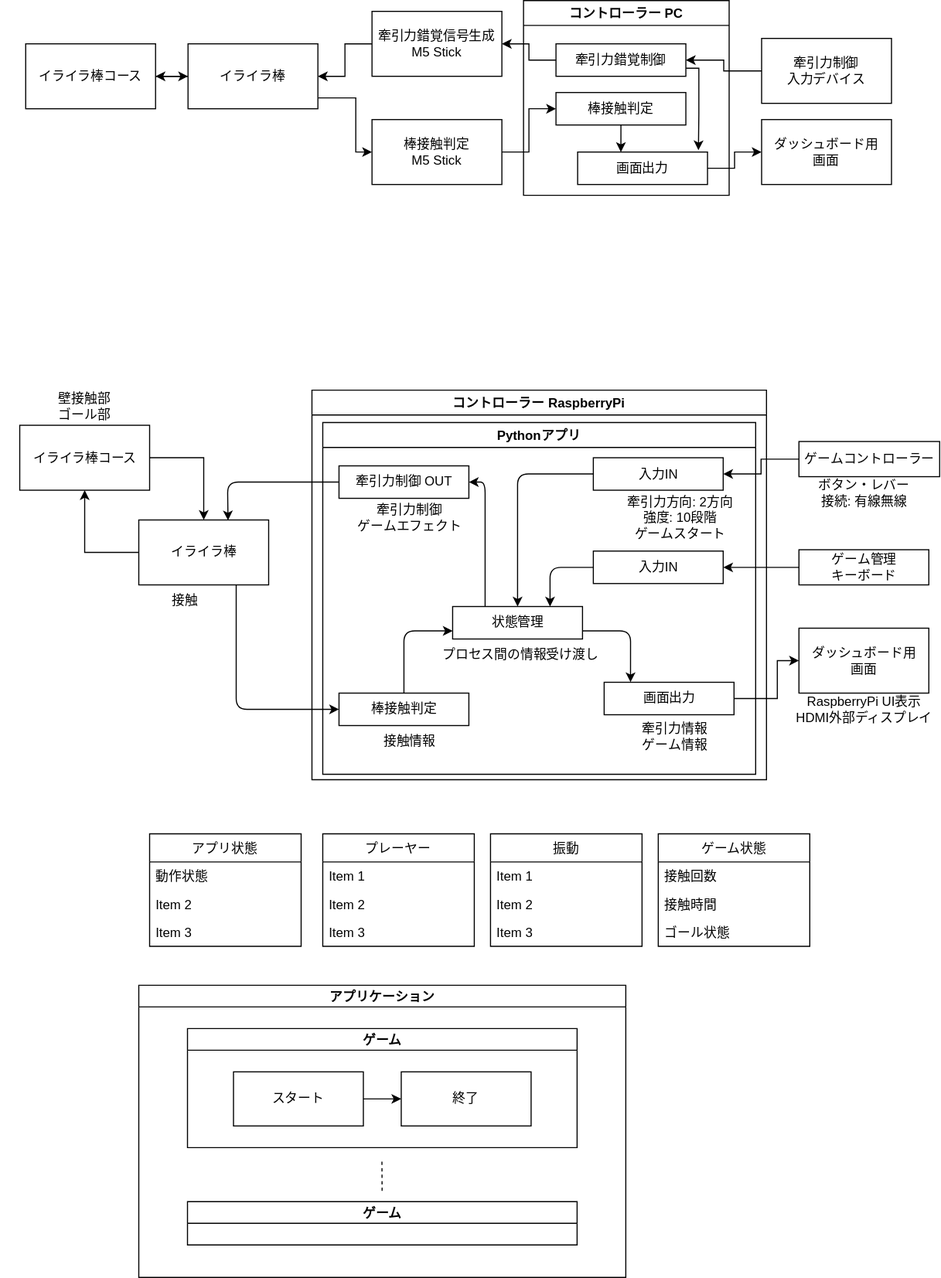
Before: iraira/システム構成図.drawio.svg, a diagram exported from draw.io (project-isehara/iraira-game). Source tidied: cells renumbered, new cells last; positions are measured from the earlier drawing's top-left corner, leaving out a move shared by most shapes.
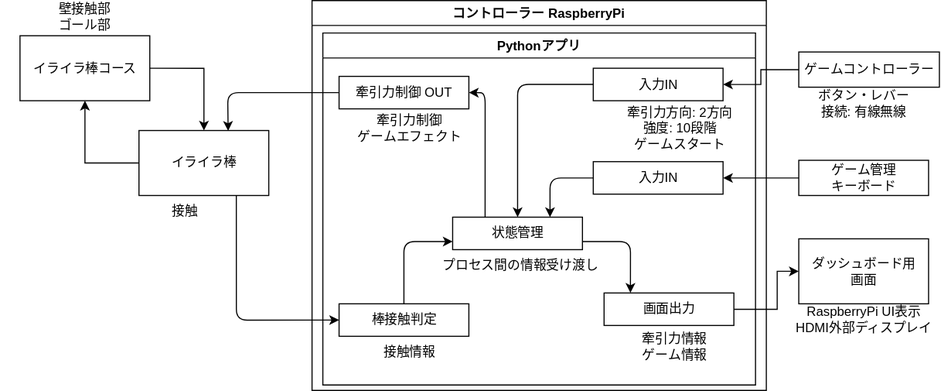
After the commit.

Commit message:
構成図最新版に整理

Diff of the diagram source:
```diff
@@ -88,76 +88,6 @@
         </Array>
       </mxGeometry>
     </mxCell>
-    <mxCell id="29" style="edgeStyle=orthogonalEdgeStyle;rounded=0;jettySize=auto;html=1;" parent="1" edge="1" source="30" target="37">
-      <mxGeometry relative="1" as="geometry" />
-    </mxCell>
-    <mxCell id="30" value="牽引力錯覚信号生成&lt;div&gt;&lt;span&gt;M5 Stick&lt;/span&gt;&lt;br&gt;&lt;/div&gt;" style="rounded=0;whiteSpace=wrap;html=1;" parent="1" vertex="1">
-      <mxGeometry x="343" y="10" width="120" height="60" as="geometry" />
-    </mxCell>
-    <mxCell id="31" style="edgeStyle=orthogonalEdgeStyle;rounded=0;jettySize=auto;html=1;entryX=0;entryY=0.5;entryDx=0;entryDy=0;" parent="1" edge="1" source="32" target="42">
-      <mxGeometry relative="1" as="geometry" />
-    </mxCell>
-    <mxCell id="32" value="&lt;div&gt;棒接触判定&lt;/div&gt;&lt;div&gt;&lt;span&gt;M5 Stick&lt;/span&gt;&lt;br&gt;&lt;/div&gt;" style="rounded=0;whiteSpace=wrap;html=1;" parent="1" vertex="1">
-      <mxGeometry x="343" y="110" width="120" height="60" as="geometry" />
-    </mxCell>
-    <mxCell id="33" style="edgeStyle=orthogonalEdgeStyle;rounded=0;jettySize=auto;html=1;exitX=1;exitY=0.5;exitDx=0;exitDy=0;" parent="1" edge="1" source="34" target="37">
-      <mxGeometry relative="1" as="geometry" />
-    </mxCell>
-    <mxCell id="34" value="イライラ棒コース" style="rounded=0;whiteSpace=wrap;html=1;" parent="1" vertex="1">
-      <mxGeometry x="23" y="40" width="120" height="60" as="geometry" />
-    </mxCell>
-    <mxCell id="35" style="edgeStyle=orthogonalEdgeStyle;rounded=0;jettySize=auto;html=1;" parent="1" edge="1" source="37" target="34">
-      <mxGeometry relative="1" as="geometry" />
-    </mxCell>
-    <mxCell id="36" style="edgeStyle=orthogonalEdgeStyle;rounded=0;jettySize=auto;html=1;entryX=0;entryY=0.5;entryDx=0;entryDy=0;" parent="1" edge="1" source="37" target="32">
-      <mxGeometry relative="1" as="geometry">
-        <Array as="points">
-          <mxPoint x="328" y="90" />
-          <mxPoint x="328" y="140" />
-        </Array>
-      </mxGeometry>
-    </mxCell>
-    <mxCell id="37" value="イライラ棒" style="rounded=0;whiteSpace=wrap;html=1;" parent="1" vertex="1">
-      <mxGeometry x="173" y="40" width="120" height="60" as="geometry" />
-    </mxCell>
-    <mxCell id="38" value="コントローラー PC" style="swimlane;" parent="1" vertex="1">
-      <mxGeometry x="483" width="190" height="180" as="geometry" />
-    </mxCell>
-    <mxCell id="39" style="edgeStyle=orthogonalEdgeStyle;rounded=0;jettySize=auto;html=1;exitX=1;exitY=0.75;exitDx=0;exitDy=0;entryX=0.93;entryY=-0.057;entryDx=0;entryDy=0;entryPerimeter=0;" parent="38" edge="1" source="40" target="43">
-      <mxGeometry relative="1" as="geometry">
-        <Array as="points">
-          <mxPoint x="162" y="63" />
-          <mxPoint x="162" y="105" />
-        </Array>
-      </mxGeometry>
-    </mxCell>
-    <mxCell id="40" value="&lt;div&gt;牽引力錯覚制御&lt;/div&gt;" style="rounded=0;whiteSpace=wrap;html=1;" parent="38" vertex="1">
-      <mxGeometry x="30" y="40" width="120" height="30" as="geometry" />
-    </mxCell>
-    <mxCell id="41" style="edgeStyle=orthogonalEdgeStyle;rounded=0;jettySize=auto;html=1;entryX=0.333;entryY=0;entryDx=0;entryDy=0;entryPerimeter=0;" parent="38" edge="1" source="42" target="43">
-      <mxGeometry relative="1" as="geometry" />
-    </mxCell>
-    <mxCell id="42" value="&lt;div&gt;棒接触判定&lt;/div&gt;" style="rounded=0;whiteSpace=wrap;html=1;" parent="38" vertex="1">
-      <mxGeometry x="30" y="85" width="120" height="30" as="geometry" />
-    </mxCell>
-    <mxCell id="43" value="&lt;div&gt;画面出力&lt;/div&gt;" style="rounded=0;whiteSpace=wrap;html=1;" parent="38" vertex="1">
-      <mxGeometry x="50" y="140" width="120" height="30" as="geometry" />
-    </mxCell>
-    <mxCell id="44" value="&lt;div&gt;ダッシュボード用&lt;/div&gt;&lt;div&gt;画面&lt;/div&gt;" style="rounded=0;whiteSpace=wrap;html=1;" parent="1" vertex="1">
-      <mxGeometry x="703" y="110" width="120" height="60" as="geometry" />
-    </mxCell>
-    <mxCell id="45" style="edgeStyle=orthogonalEdgeStyle;rounded=0;jettySize=auto;html=1;entryX=1;entryY=0.5;entryDx=0;entryDy=0;" parent="1" edge="1" source="46" target="40">
-      <mxGeometry relative="1" as="geometry" />
-    </mxCell>
-    <mxCell id="46" value="牽引力制御&lt;br&gt;入力デバイス" style="rounded=0;whiteSpace=wrap;html=1;" parent="1" vertex="1">
-      <mxGeometry x="703" y="35" width="120" height="60" as="geometry" />
-    </mxCell>
-    <mxCell id="47" style="edgeStyle=orthogonalEdgeStyle;rounded=0;jettySize=auto;html=1;" parent="1" edge="1" source="43" target="44">
-      <mxGeometry relative="1" as="geometry" />
-    </mxCell>
-    <mxCell id="48" style="edgeStyle=orthogonalEdgeStyle;rounded=0;jettySize=auto;html=1;entryX=1;entryY=0.5;entryDx=0;entryDy=0;" parent="1" edge="1" source="40" target="30">
-      <mxGeometry relative="1" as="geometry" />
-    </mxCell>
     <mxCell id="49" style="edgeStyle=none;html=1;entryX=0.687;entryY=0.006;entryDx=0;entryDy=0;entryPerimeter=0;" parent="1" edge="1" source="11" target="6">
       <mxGeometry relative="1" as="geometry">
         <Array as="points">
@@ -171,78 +101,6 @@
     <mxCell id="51" value="RaspberryPi UI表示&lt;br&gt;HDMI外部ディスプレイ" style="text;html=1;strokeColor=none;fillColor=none;align=center;verticalAlign=middle;whiteSpace=wrap;rounded=0;" parent="1" vertex="1">
       <mxGeometry x="732.5" y="640" width="130" height="30" as="geometry" />
     </mxCell>
-    <mxCell id="52" value="アプリ状態" style="swimlane;fontStyle=0;horizontal=1;startSize=26;fillColor=none;" parent="1" vertex="1">
-      <mxGeometry x="137.5" y="770" width="140" height="104" as="geometry" />
-    </mxCell>
-    <mxCell id="53" value="動作状態" style="text;strokeColor=none;fillColor=none;align=left;verticalAlign=top;spacingLeft=4;spacingRight=4;overflow=hidden;" parent="52" vertex="1">
-      <mxGeometry y="26" width="140" height="26" as="geometry" />
-    </mxCell>
-    <mxCell id="54" value="Item 2" style="text;strokeColor=none;fillColor=none;align=left;verticalAlign=top;spacingLeft=4;spacingRight=4;overflow=hidden;" parent="52" vertex="1">
-      <mxGeometry y="52" width="140" height="26" as="geometry" />
-    </mxCell>
-    <mxCell id="55" value="Item 3" style="text;strokeColor=none;fillColor=none;align=left;verticalAlign=top;spacingLeft=4;spacingRight=4;overflow=hidden;" parent="52" vertex="1">
-      <mxGeometry y="78" width="140" height="26" as="geometry" />
-    </mxCell>
-    <mxCell id="56" value="プレーヤー" style="swimlane;fontStyle=0;horizontal=1;startSize=26;fillColor=none;" parent="1" vertex="1">
-      <mxGeometry x="297.5" y="770" width="140" height="104" as="geometry" />
-    </mxCell>
-    <mxCell id="57" value="Item 1" style="text;strokeColor=none;fillColor=none;align=left;verticalAlign=top;spacingLeft=4;spacingRight=4;overflow=hidden;" parent="56" vertex="1">
-      <mxGeometry y="26" width="140" height="26" as="geometry" />
-    </mxCell>
-    <mxCell id="58" value="Item 2" style="text;strokeColor=none;fillColor=none;align=left;verticalAlign=top;spacingLeft=4;spacingRight=4;overflow=hidden;" parent="56" vertex="1">
-      <mxGeometry y="52" width="140" height="26" as="geometry" />
-    </mxCell>
-    <mxCell id="59" value="Item 3" style="text;strokeColor=none;fillColor=none;align=left;verticalAlign=top;spacingLeft=4;spacingRight=4;overflow=hidden;" parent="56" vertex="1">
-      <mxGeometry y="78" width="140" height="26" as="geometry" />
-    </mxCell>
-    <mxCell id="60" value="振動" style="swimlane;fontStyle=0;horizontal=1;startSize=26;fillColor=none;" parent="1" vertex="1">
-      <mxGeometry x="452.5" y="770" width="140" height="104" as="geometry" />
-    </mxCell>
-    <mxCell id="61" value="Item 1" style="text;strokeColor=none;fillColor=none;align=left;verticalAlign=top;spacingLeft=4;spacingRight=4;overflow=hidden;" parent="60" vertex="1">
-      <mxGeometry y="26" width="140" height="26" as="geometry" />
-    </mxCell>
-    <mxCell id="62" value="Item 2" style="text;strokeColor=none;fillColor=none;align=left;verticalAlign=top;spacingLeft=4;spacingRight=4;overflow=hidden;" parent="60" vertex="1">
-      <mxGeometry y="52" width="140" height="26" as="geometry" />
-    </mxCell>
-    <mxCell id="63" value="Item 3" style="text;strokeColor=none;fillColor=none;align=left;verticalAlign=top;spacingLeft=4;spacingRight=4;overflow=hidden;" parent="60" vertex="1">
-      <mxGeometry y="78" width="140" height="26" as="geometry" />
-    </mxCell>
-    <mxCell id="64" value="ゲーム状態" style="swimlane;fontStyle=0;horizontal=1;startSize=26;fillColor=none;" parent="1" vertex="1">
-      <mxGeometry x="607.5" y="770" width="140" height="104" as="geometry" />
-    </mxCell>
-    <mxCell id="65" value="接触回数" style="text;strokeColor=none;fillColor=none;align=left;verticalAlign=top;spacingLeft=4;spacingRight=4;overflow=hidden;" parent="64" vertex="1">
-      <mxGeometry y="26" width="140" height="26" as="geometry" />
-    </mxCell>
-    <mxCell id="66" value="接触時間" style="text;strokeColor=none;fillColor=none;align=left;verticalAlign=top;spacingLeft=4;spacingRight=4;overflow=hidden;" parent="64" vertex="1">
-      <mxGeometry y="52" width="140" height="26" as="geometry" />
-    </mxCell>
-    <mxCell id="67" value="ゴール状態" style="text;strokeColor=none;fillColor=none;align=left;verticalAlign=top;spacingLeft=4;spacingRight=4;overflow=hidden;" parent="64" vertex="1">
-      <mxGeometry y="78" width="140" height="26" as="geometry" />
-    </mxCell>
-    <mxCell id="68" value="アプリケーション" style="swimlane;startSize=20;" parent="1" vertex="1">
-      <mxGeometry x="127.5" y="910" width="450" height="270" as="geometry" />
-    </mxCell>
-    <mxCell id="69" value="スタート" style="rounded=0;whiteSpace=wrap;html=1;" parent="68" vertex="1">
-      <mxGeometry x="87.5" y="80" width="120" height="50" as="geometry" />
-    </mxCell>
-    <mxCell id="70" value="終了" style="rounded=0;whiteSpace=wrap;html=1;" parent="68" vertex="1">
-      <mxGeometry x="242.5" y="80" width="120" height="50" as="geometry" />
-    </mxCell>
-    <mxCell id="71" style="edgeStyle=orthogonalEdgeStyle;html=1;entryX=0;entryY=0.5;entryDx=0;entryDy=0;" parent="68" edge="1" source="69" target="70">
-      <mxGeometry relative="1" as="geometry" />
-    </mxCell>
-    <mxCell id="72" value="ゲーム" style="swimlane;startSize=20;" parent="68" vertex="1">
-      <mxGeometry x="45" y="40" width="360" height="110" as="geometry" />
-    </mxCell>
-    <mxCell id="73" style="endArrow=none;dashed=1;html=1;" parent="68" edge="1">
-      <mxGeometry relative="1" as="geometry">
-        <mxPoint x="224.8" y="190" as="sourcePoint" />
-        <mxPoint x="224.7" y="160" as="targetPoint" />
-      </mxGeometry>
-    </mxCell>
-    <mxCell id="74" value="ゲーム" style="swimlane;startSize=20;" parent="68" vertex="1">
-      <mxGeometry x="45" y="200" width="360" height="40" as="geometry" />
-    </mxCell>
     <mxCell id="75" style="edgeStyle=orthogonalEdgeStyle;html=1;" parent="1" edge="1" source="76" target="21">
       <mxGeometry relative="1" as="geometry" />
     </mxCell>
```
